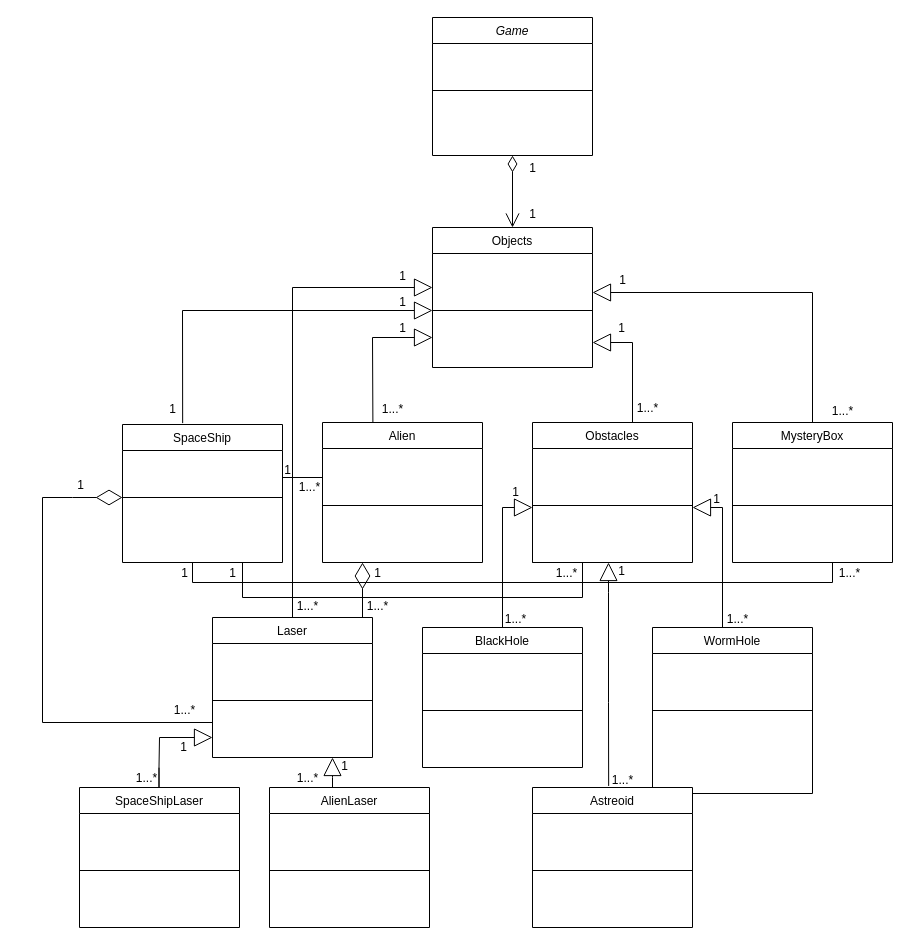
Earlier version of the draw.io diagram Group7_ClassDiagram .drawio (hemrebacak/IE201-Intermediate-Programming). Source tidied: cells renumbered, new cells numbered last; positions are measured from the earlier drawing's top-left corner, leaving out a move shared by most shapes. Both pictures are drawn from the tidied source at 100%, with x=0, y=0 at pixel (40, 17).
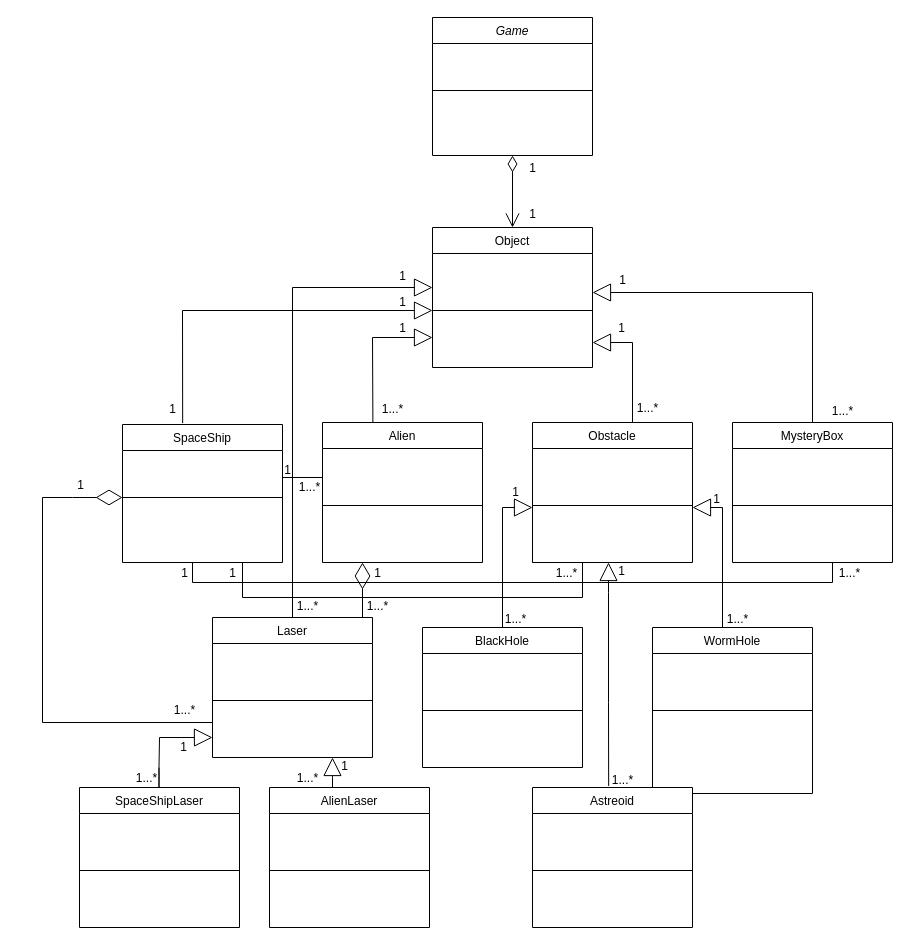
The same page after the edit.

Diff of the diagram source:
```diff
@@
-    <mxCell id="7" value="Objects" style="swimlane;fontStyle=0;align=center;verticalAlign=top;horizontal=1;startSize=26;rounded=0;shadow=0;strokeWidth=1;" parent="1" vertex="1">
+    <mxCell id="7" value="Object" style="swimlane;fontStyle=0;align=center;verticalAlign=top;horizontal=1;startSize=26;rounded=0;shadow=0;strokeWidth=1;" parent="1" vertex="1">
       <mxGeometry x="392" y="210" width="160" height="140" as="geometry" />
     </mxCell>
@@
-    <mxCell id="15" value="Obstacles" style="swimlane;fontStyle=0;align=center;verticalAlign=top;horizontal=1;startSize=26;rounded=0;shadow=0;strokeWidth=1;" parent="1" vertex="1">
+    <mxCell id="15" value="Obstacle" style="swimlane;fontStyle=0;align=center;verticalAlign=top;horizontal=1;startSize=26;rounded=0;shadow=0;strokeWidth=1;" parent="1" vertex="1">
       <mxGeometry x="492" y="405" width="160" height="140" as="geometry" />
     </mxCell>
```
